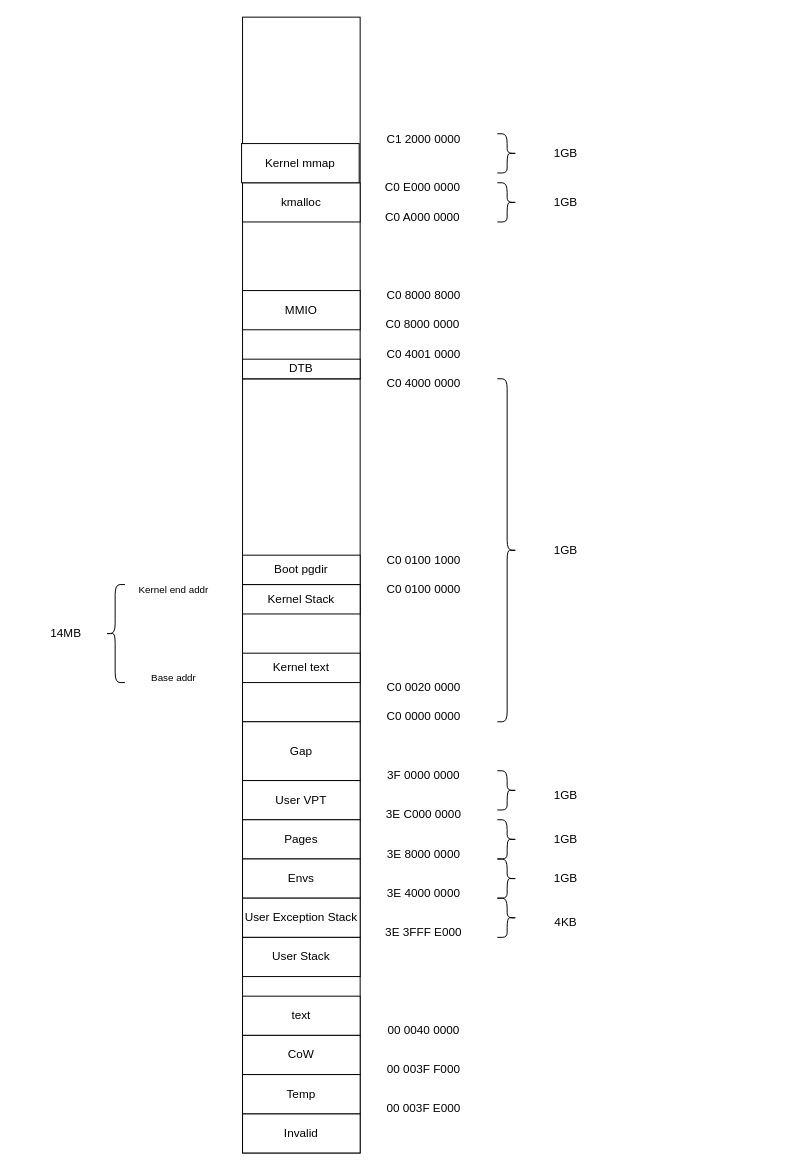
The draw.io diagram memory.drawio in saitewasreset/mos-riscv64, before the edit. Source tidied: cells renumbered, new cells numbered last; positions are measured from the earlier drawing's top-left corner, leaving out a move shared by most shapes. Both pictures are drawn from the tidied source at 98%, with x=0, y=0 at pixel (36, 17).
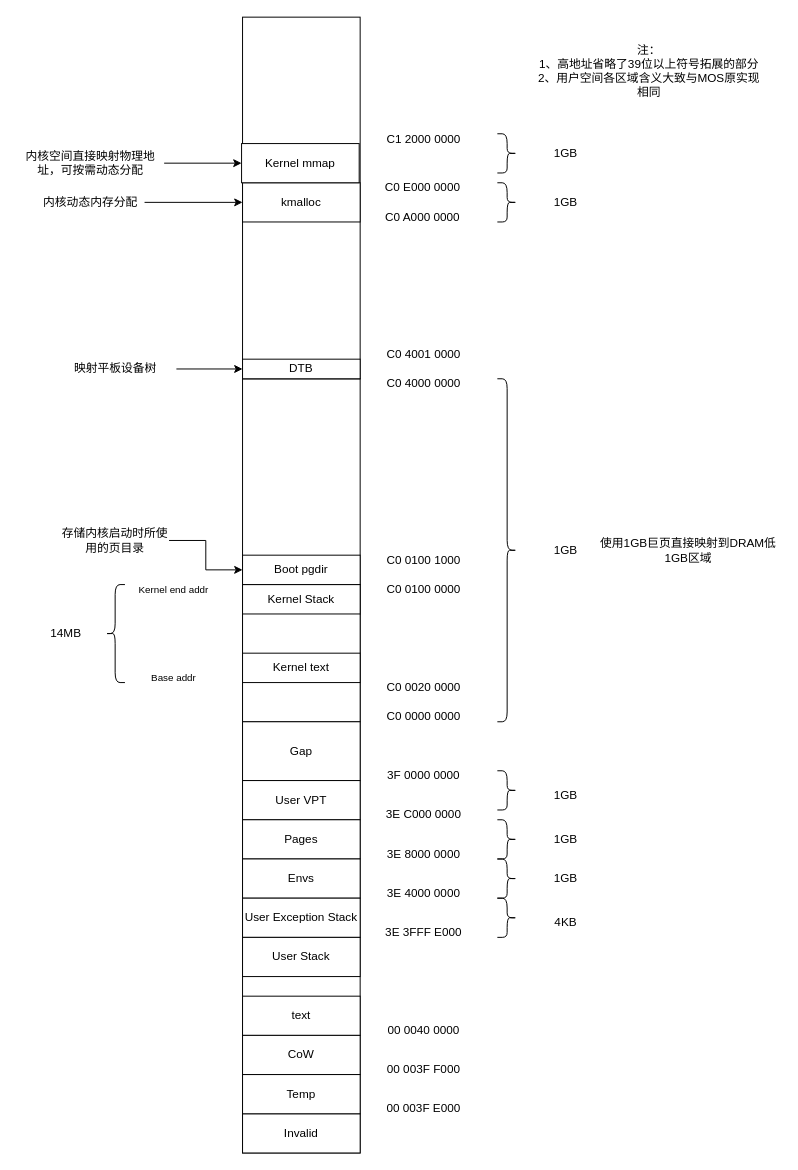
Above is the later version.

Commit message:
docs: 更新memory映射图

Unchanged cells that the change refers to:
```xml
<mxCell id="16" value="Boot pgdir" style="rounded=0;whiteSpace=wrap;html=1;" parent="1" vertex="1">
  <mxGeometry x="210" y="549" width="120" height="30" as="geometry" />
</mxCell>
<mxCell id="48" value="kmalloc" style="rounded=0;whiteSpace=wrap;html=1;" parent="1" vertex="1">
  <mxGeometry x="210" y="169" width="120" height="40" as="geometry" />
</mxCell>
<mxCell id="53" value="DTB" style="rounded=0;whiteSpace=wrap;html=1;" parent="1" vertex="1">
  <mxGeometry x="210" y="349" width="120" height="20" as="geometry" />
</mxCell>
<mxCell id="55" value="Kernel mmap" style="rounded=0;whiteSpace=wrap;html=1;" parent="1" vertex="1">
  <mxGeometry x="209" y="129" width="120" height="40" as="geometry" />
</mxCell>
```

Change to the diagram source:
```diff
@@
-    <mxCell id="45" value="C0 8000 0000" style="text;html=1;align=center;verticalAlign=middle;whiteSpace=wrap;rounded=0;" parent="1" vertex="1">
-      <mxGeometry x="329" y="299" width="130" height="30" as="geometry" />
-    </mxCell>
-    <mxCell id="46" value="C0 8000 8000" style="text;html=1;align=center;verticalAlign=middle;whiteSpace=wrap;rounded=0;" parent="1" vertex="1">
-      <mxGeometry x="330" y="269" width="130" height="30" as="geometry" />
-    </mxCell>
-    <mxCell id="47" value="MMIO" style="rounded=0;whiteSpace=wrap;html=1;" parent="1" vertex="1">
-      <mxGeometry x="210" y="279" width="120" height="40" as="geometry" />
-    </mxCell>
@@
+    <mxCell id="59" value="注：&lt;div&gt;1、高地址省略了39位以上符号拓展的部分&lt;/div&gt;&lt;div&gt;2、用户空间各区域含义大致与MOS原实现相同&lt;/div&gt;" style="text;html=1;align=center;verticalAlign=middle;whiteSpace=wrap;rounded=0;" parent="1" vertex="1">
+      <mxGeometry x="510" y="10" width="230" height="90" as="geometry" />
+    </mxCell>
+    <mxCell id="60" value="使用1GB巨页直接映射到DRAM低1GB区域" style="text;html=1;align=center;verticalAlign=middle;whiteSpace=wrap;rounded=0;" parent="1" vertex="1">
+      <mxGeometry x="570" y="529" width="190" height="30" as="geometry" />
+    </mxCell>
+    <mxCell id="61" style="edgeStyle=orthogonalEdgeStyle;rounded=0;jettySize=auto;html=1;entryX=0;entryY=0.5;entryDx=0;entryDy=0;" parent="1" edge="1" source="62" target="16">
+      <mxGeometry relative="1" as="geometry" />
+    </mxCell>
+    <mxCell id="62" value="存储内核启动时所使用的页目录" style="text;html=1;align=center;verticalAlign=middle;whiteSpace=wrap;rounded=0;" parent="1" vertex="1">
+      <mxGeometry x="25" y="519" width="110" height="30" as="geometry" />
+    </mxCell>
+    <mxCell id="63" style="edgeStyle=orthogonalEdgeStyle;rounded=0;jettySize=auto;html=1;entryX=0;entryY=0.5;entryDx=0;entryDy=0;" parent="1" edge="1" source="64" target="53">
+      <mxGeometry relative="1" as="geometry" />
+    </mxCell>
+    <mxCell id="64" value="映射平板设备树" style="text;html=1;align=center;verticalAlign=middle;whiteSpace=wrap;rounded=0;" parent="1" vertex="1">
+      <mxGeometry x="17.5" y="344" width="125" height="30" as="geometry" />
+    </mxCell>
+    <mxCell id="65" style="edgeStyle=orthogonalEdgeStyle;rounded=0;jettySize=auto;html=1;entryX=0;entryY=0.5;entryDx=0;entryDy=0;" parent="1" edge="1" source="66" target="48">
+      <mxGeometry relative="1" as="geometry" />
+    </mxCell>
+    <mxCell id="66" value="内核动态内存分配" style="text;html=1;align=center;verticalAlign=middle;whiteSpace=wrap;rounded=0;" parent="1" vertex="1">
+      <mxGeometry y="174" width="110" height="30" as="geometry" />
+    </mxCell>
+    <mxCell id="67" style="edgeStyle=orthogonalEdgeStyle;rounded=0;jettySize=auto;html=1;entryX=0;entryY=0.5;entryDx=0;entryDy=0;" parent="1" edge="1" source="68" target="55">
+      <mxGeometry relative="1" as="geometry" />
+    </mxCell>
+    <mxCell id="68" value="内核空间直接映射物理地址，可按需动态分配" style="text;html=1;align=center;verticalAlign=middle;whiteSpace=wrap;rounded=0;" parent="1" vertex="1">
+      <mxGeometry x="-20" y="134" width="150" height="30" as="geometry" />
+    </mxCell>
```
